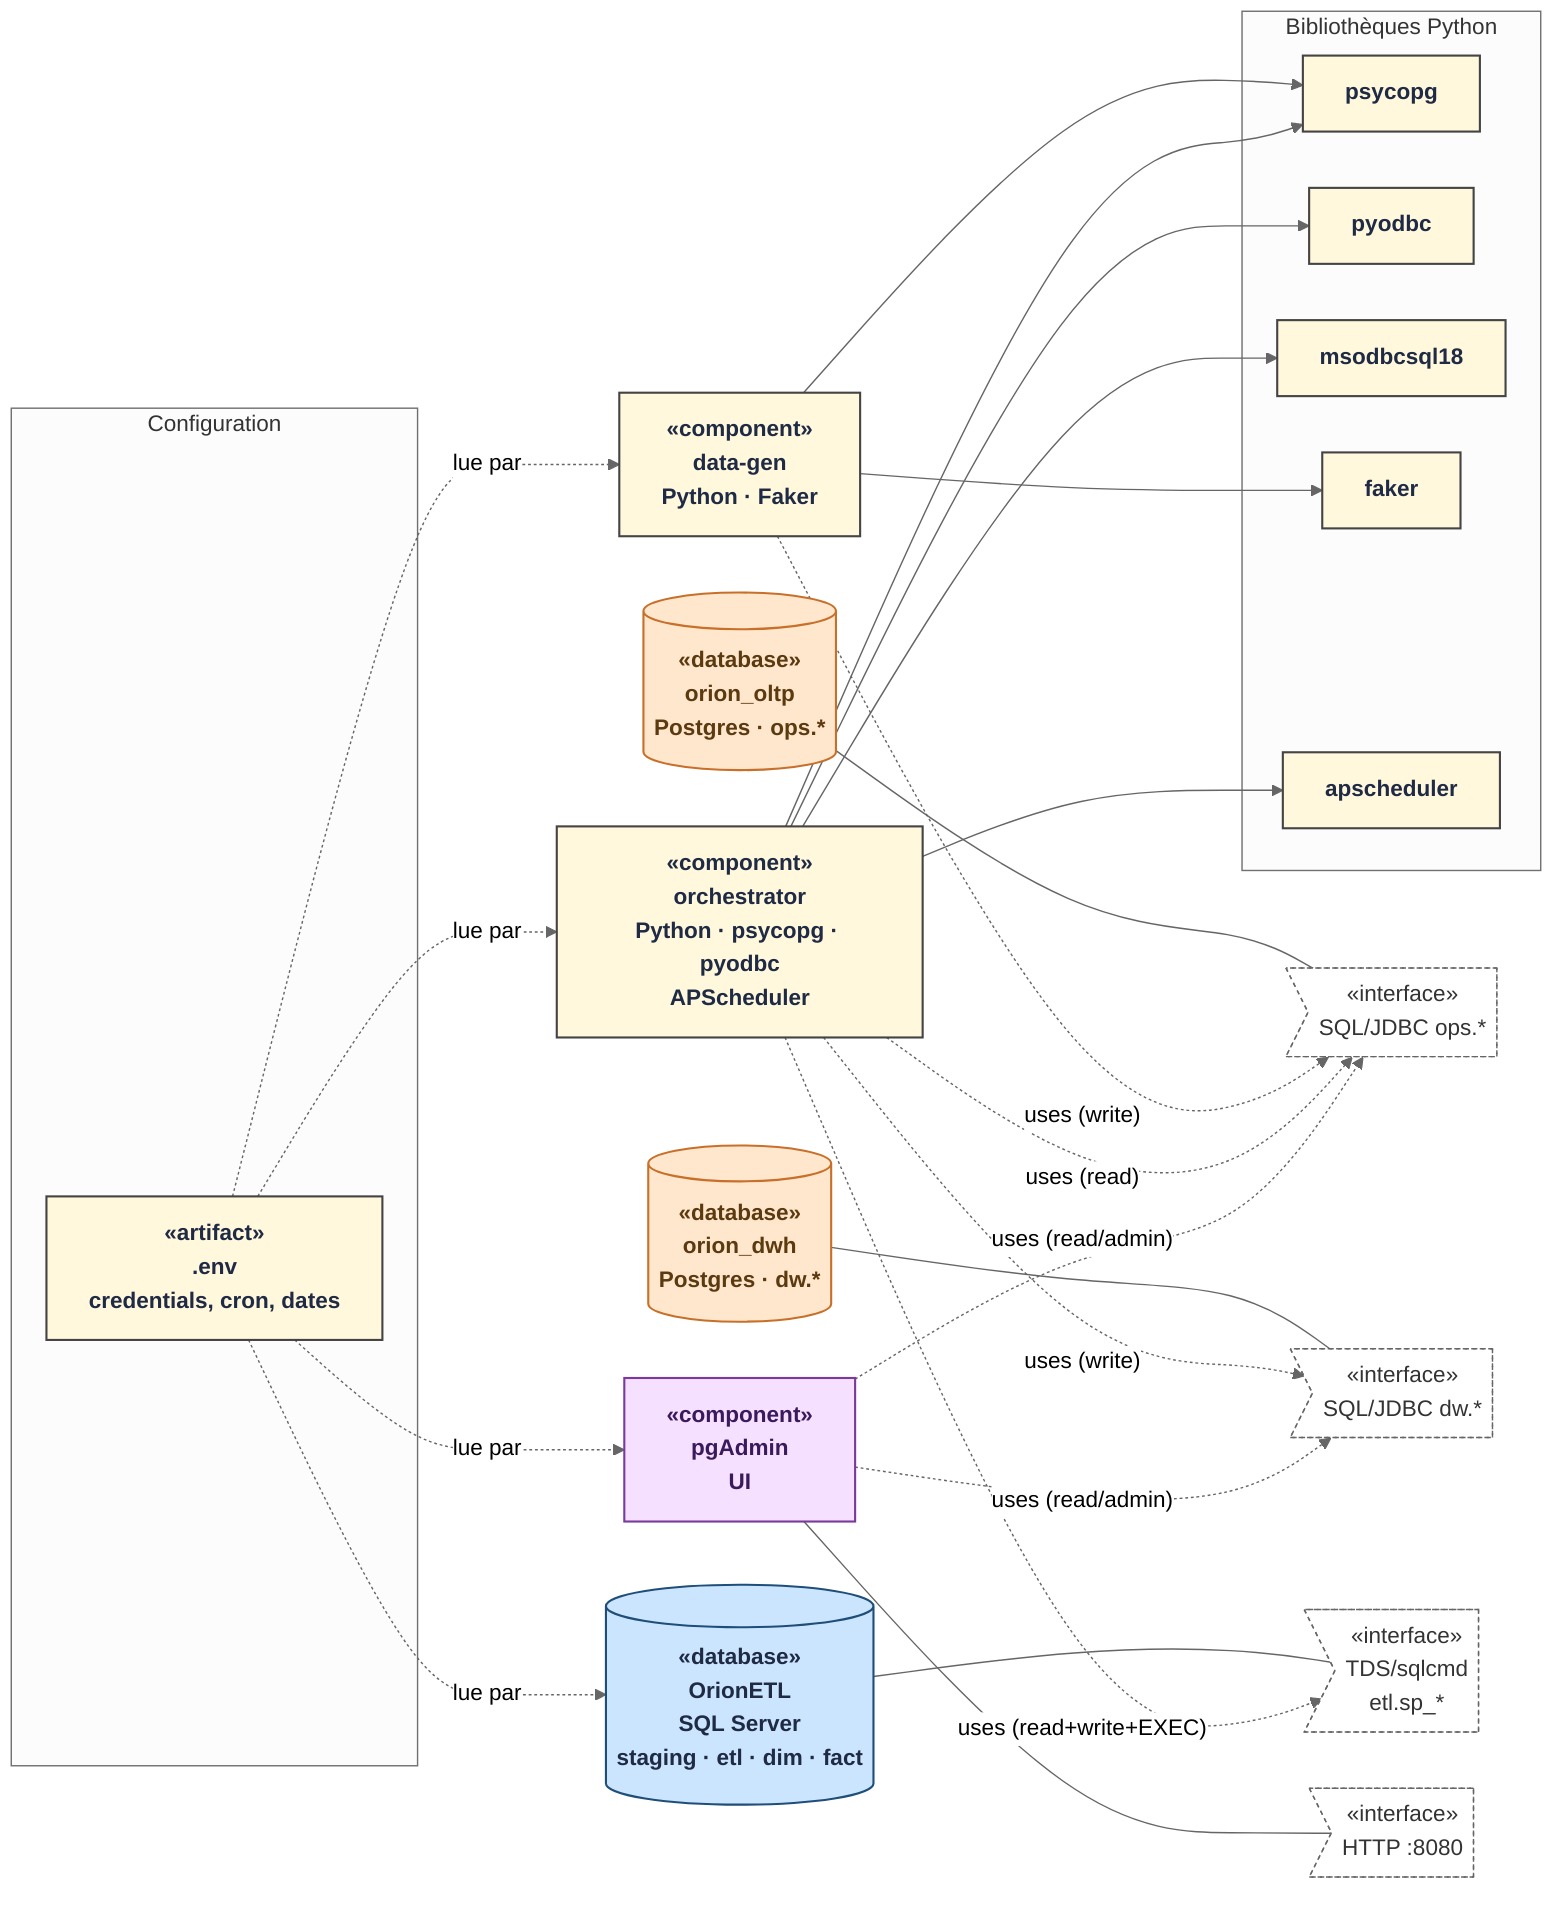
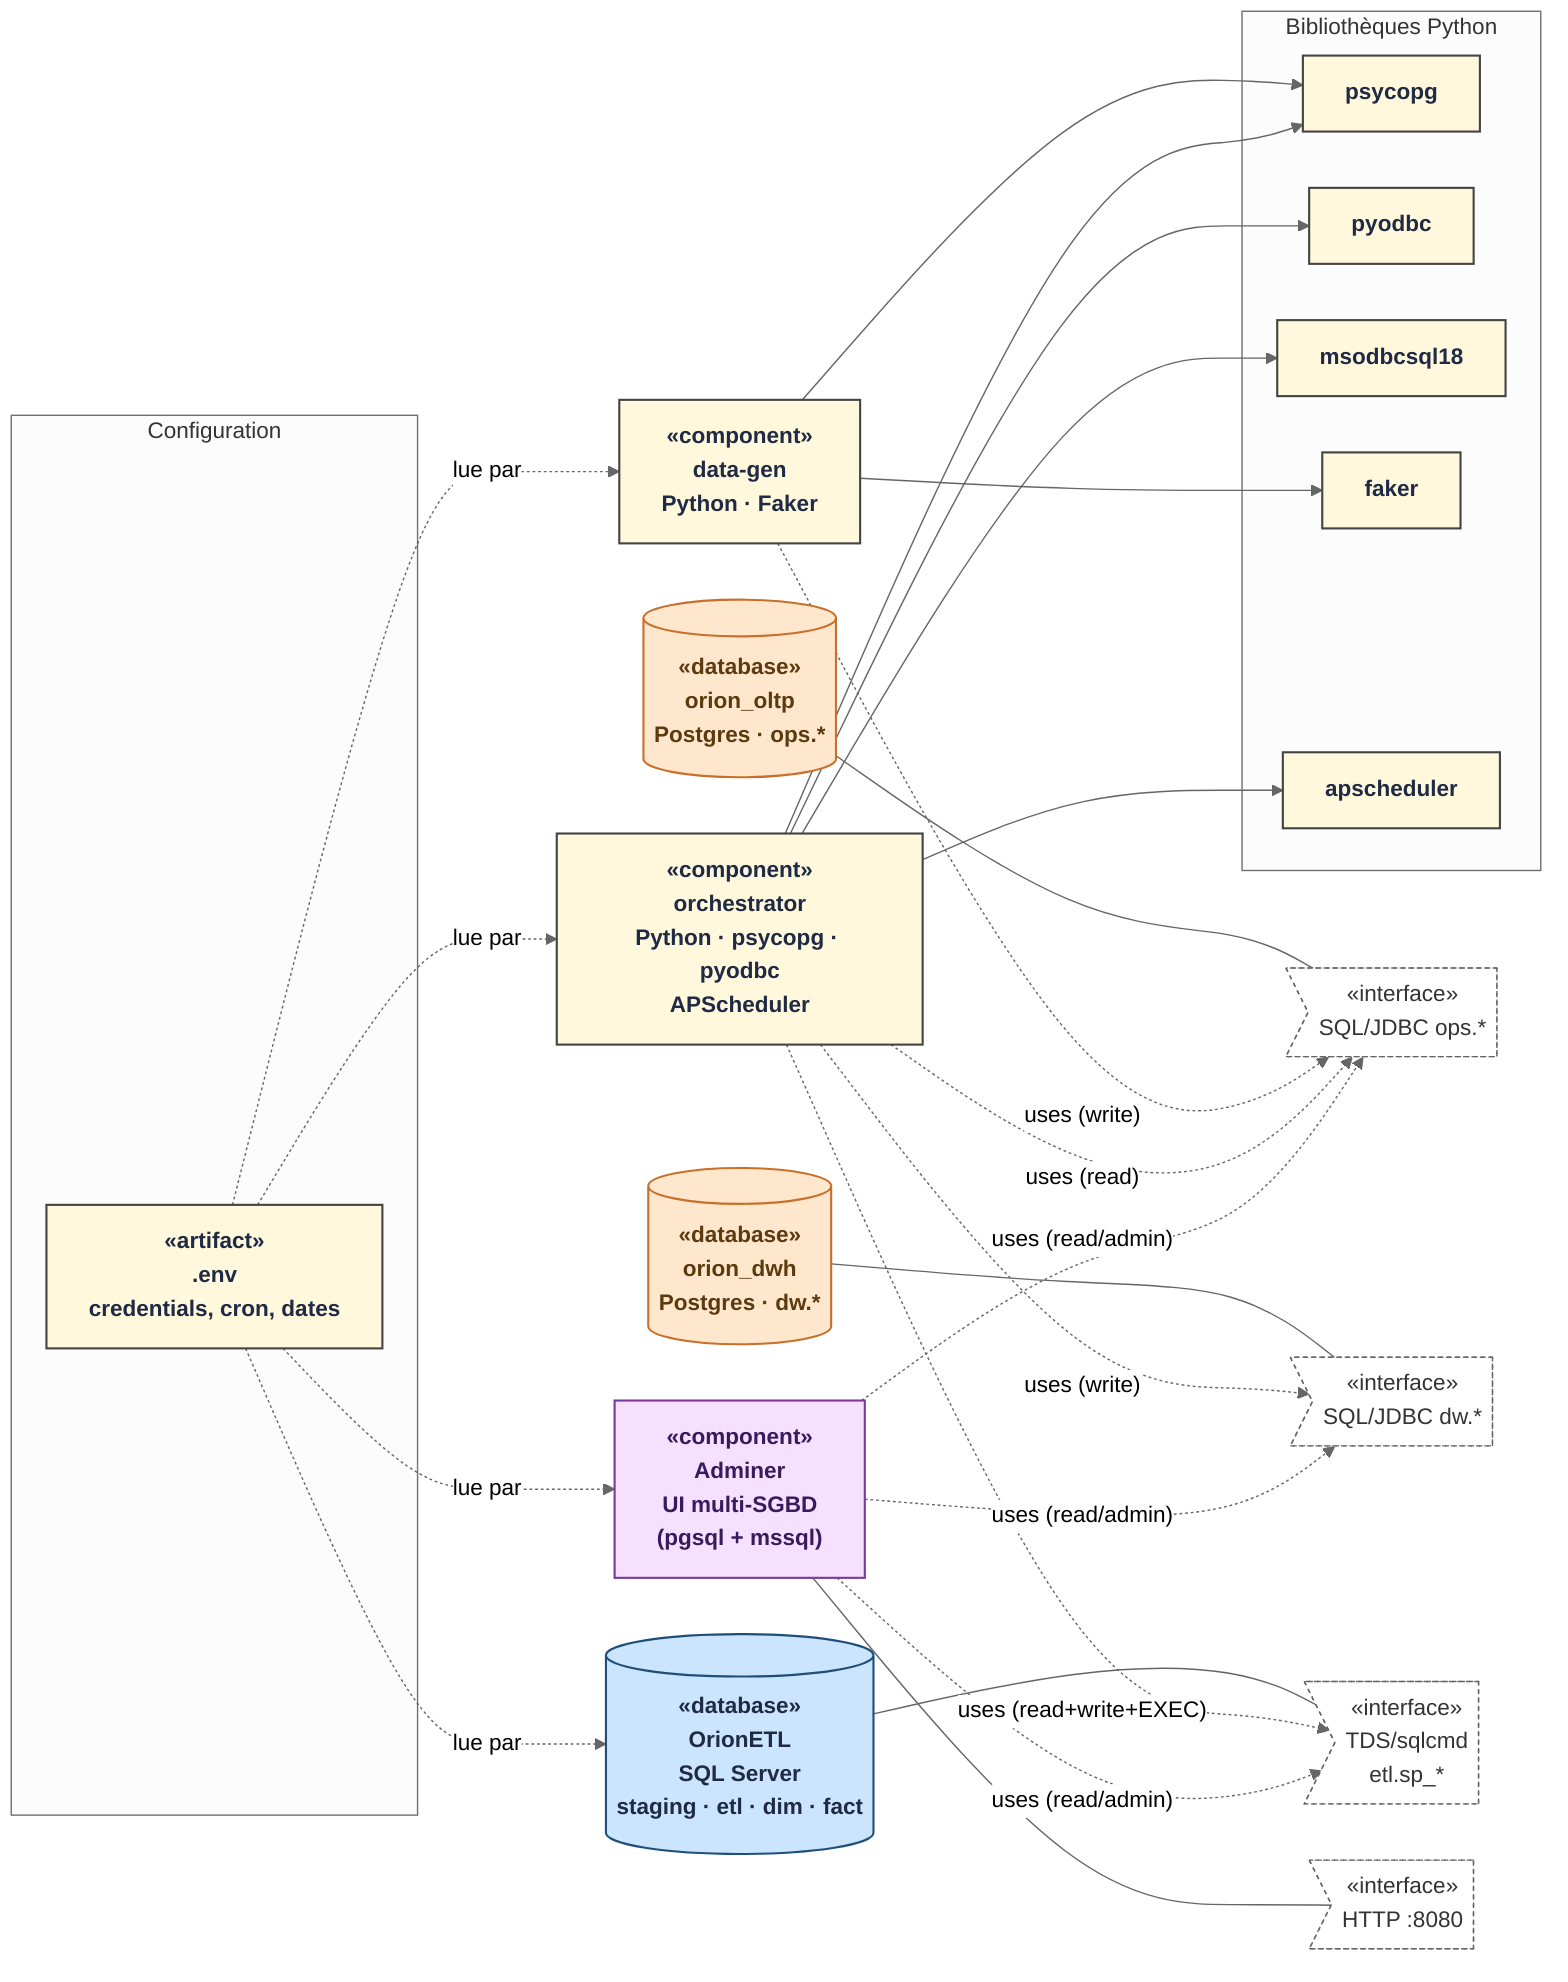
%%{init: {"theme":"neutral","flowchart":{"curve":"basis","htmlLabels":true,"nodeSpacing":40,"rankSpacing":50}}}%%
flowchart LR
    classDef comp   fill:#FFF8DC,stroke:#444,stroke-width:1.5px,color:#1F2A44,font-weight:bold
    classDef ms     fill:#CCE5FF,stroke:#1F4E79,stroke-width:1.5px,color:#1F2A44,font-weight:bold
    classDef pg     fill:#FFE7CE,stroke:#C8702A,stroke-width:1.5px,color:#5C3A0F,font-weight:bold
    classDef ui     fill:#F5E1FF,stroke:#7A3A9C,stroke-width:1.5px,color:#3A1A5C,font-weight:bold
    classDef ifc    fill:#FFF,stroke:#666,stroke-dasharray:3 3,color:#333

    %% Composants applicatifs
    DG["«component»<br/><b>data-gen</b><br/>Python · Faker"]:::comp
    ORC["«component»<br/><b>orchestrator</b><br/>Python · psycopg · pyodbc<br/>APScheduler"]:::comp
-     PGA["«component»<br/><b>pgAdmin</b><br/>UI"]:::ui
+     PGA["«component»<br/><b>Adminer</b><br/>UI multi-SGBD<br/>(pgsql + mssql)"]:::ui

    %% Bases
    OLTP[("«database»<br/><b>orion_oltp</b><br/>Postgres · ops.*")]:::pg
    DWH[("«database»<br/><b>orion_dwh</b><br/>Postgres · dw.*")]:::pg
    MS[("«database»<br/><b>OrionETL</b><br/>SQL Server<br/>staging · etl · dim · fact")]:::ms

    %% Interfaces fournies
    I1>"«interface»<br/>SQL/JDBC ops.*"]:::ifc
    I2>"«interface»<br/>SQL/JDBC dw.*"]:::ifc
    I3>"«interface»<br/>TDS/sqlcmd<br/>etl.sp_*"]:::ifc
    I4>"«interface»<br/>HTTP :8080"]:::ifc

    OLTP --- I1
    DWH  --- I2
    MS   --- I3
    PGA  --- I4

    %% Liens (lollipop = fournit, dashed = utilise)
    DG  -. "uses (write)"          .-> I1
    ORC -. "uses (read)"           .-> I1
    ORC -. "uses (read+write+EXEC)" .-> I3
    ORC -. "uses (write)"          .-> I2
    PGA -. "uses (read/admin)"     .-> I1
    PGA -. "uses (read/admin)"     .-> I2
+     PGA -. "uses (read/admin)"     .-> I3

    %% Configuration partagée
    subgraph CFG ["Configuration"]
      ENV["«artifact»<br/>.env<br/>credentials, cron, dates"]:::comp
    end
    ENV -. "lue par" .-> DG
    ENV -. "lue par" .-> ORC
    ENV -. "lue par" .-> MS
    ENV -. "lue par" .-> PGA

    %% Bibliothèques
    subgraph LIB ["Bibliothèques Python"]
      L1["psycopg"]:::comp
      L2["pyodbc"]:::comp
      L3["msodbcsql18"]:::comp
      L4["faker"]:::comp
      L5["apscheduler"]:::comp
    end
    DG  --> L4
    DG  --> L1
    ORC --> L1
    ORC --> L2
    ORC --> L3
    ORC --> L5
